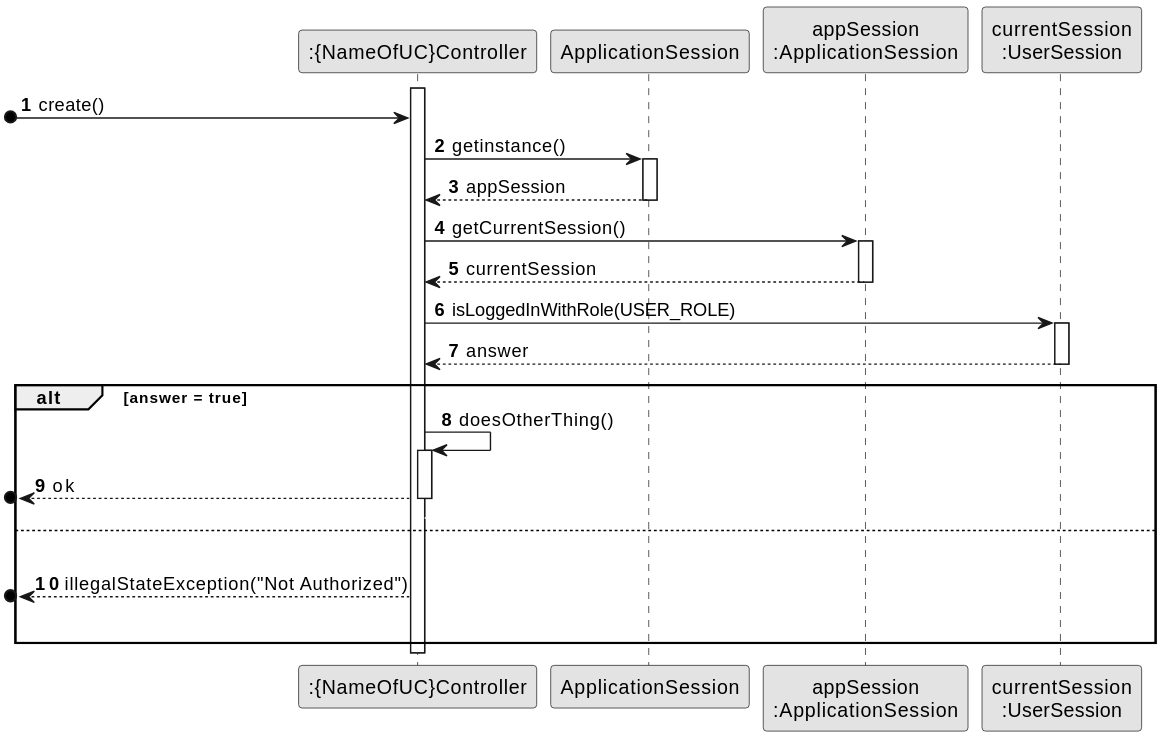
Earlier version of the PlantUML export docs/system-documentation/global-artifacts/03.design/svg/usxx-sequence-diagram-controller-checking-user-authorization.svg (Departamento-de-Engenharia-Informatica/sem2-pi-25-26-g096-repo). Source of this version:
```plantuml
@startuml
skinparam monochrome true
skinparam packageStyle rectangle
skinparam shadowing false

autonumber

participant ":{NameOfUC}Controller" as CTRL
participant "ApplicationSession" as APP_SESSION
participant "appSession\n:ApplicationSession" as APP_SESSION_SINGLETON
participant "currentSession\n:UserSession" as CURRENT_SESSION

activate CTRL
[o-> CTRL : create()
    CTRL -> APP_SESSION : getinstance()

    activate APP_SESSION
        APP_SESSION --> CTRL : appSession
    deactivate APP_SESSION

    CTRL -> APP_SESSION_SINGLETON : getCurrentSession()
    activate APP_SESSION_SINGLETON
        APP_SESSION_SINGLETON --> CTRL : currentSession
    deactivate APP_SESSION_SINGLETON

    CTRL -> CURRENT_SESSION : isLoggedInWithRole(USER_ROLE)
    activate CURRENT_SESSION
        CURRENT_SESSION --> CTRL : answer
    deactivate CURRENT_SESSION

    alt answer = true
        CTRL -> CTRL : doesOtherThing()
        activate CTRL
            [o<-- CTRL : ok
        deactivate CTRL

        autonumber stop
        CTRL -[#white]> CURRENT_SESSION
        autonumber resume
    else
        |||
        [o<-- CTRL : illegalStateException("Not Authorized")
        |||
    end alt

deactivate CTRL
@enduml
```
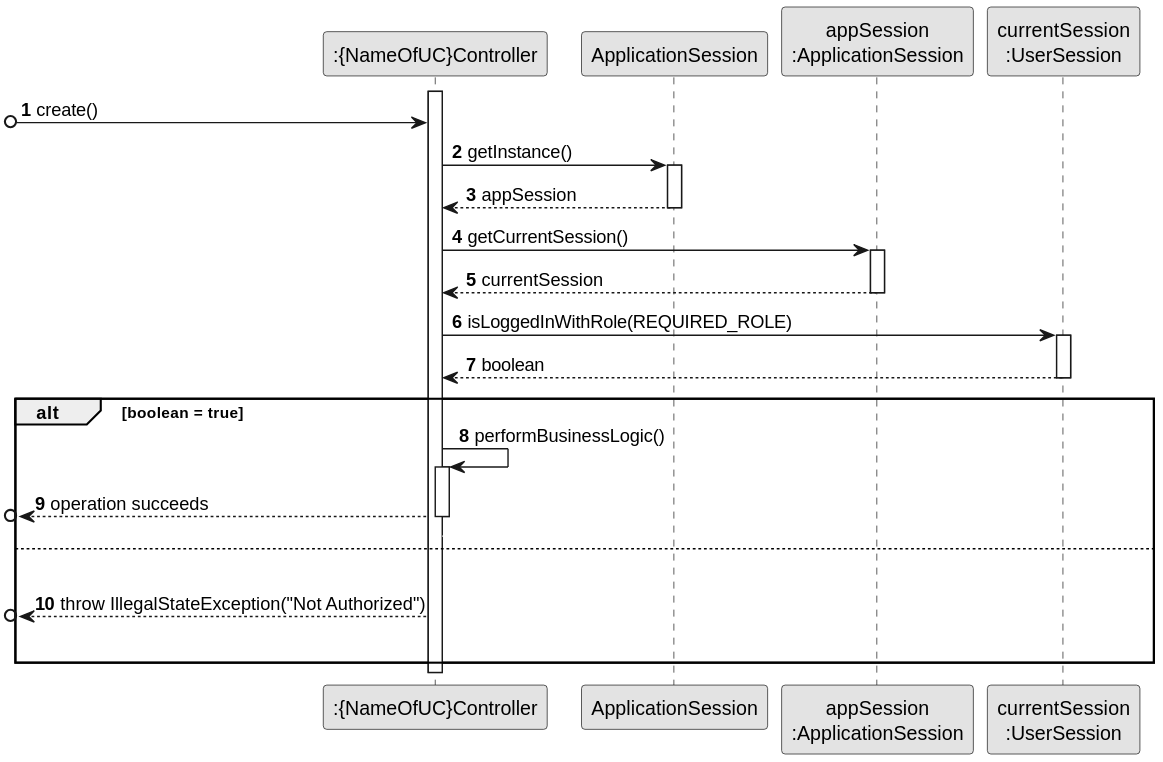
After the commit.

Diff of the diagram source:
```diff
@@ -12,7 +12,7 @@
 
 activate CTRL
 [o-> CTRL : create()
-    CTRL -> APP_SESSION : getinstance()
+    CTRL -> APP_SESSION : getInstance()
 
     activate APP_SESSION
         APP_SESSION --> CTRL : appSession
@@ -23,15 +23,15 @@
         APP_SESSION_SINGLETON --> CTRL : currentSession
     deactivate APP_SESSION_SINGLETON
 
-    CTRL -> CURRENT_SESSION : isLoggedInWithRole(USER_ROLE)
+    CTRL -> CURRENT_SESSION : isLoggedInWithRole(REQUIRED_ROLE)
     activate CURRENT_SESSION
-        CURRENT_SESSION --> CTRL : answer
+        CURRENT_SESSION --> CTRL : boolean
     deactivate CURRENT_SESSION
 
-    alt answer = true
-        CTRL -> CTRL : doesOtherThing()
+    alt boolean = true
+        CTRL -> CTRL : performBusinessLogic()
         activate CTRL
-            [o<-- CTRL : ok
+            [o<-- CTRL : operation succeeds
         deactivate CTRL
 
         autonumber stop
@@ -39,7 +39,7 @@
         autonumber resume
     else
         |||
-        [o<-- CTRL : illegalStateException("Not Authorized")
+        [o<-- CTRL : throw IllegalStateException("Not Authorized")
         |||
     end alt
 
```
